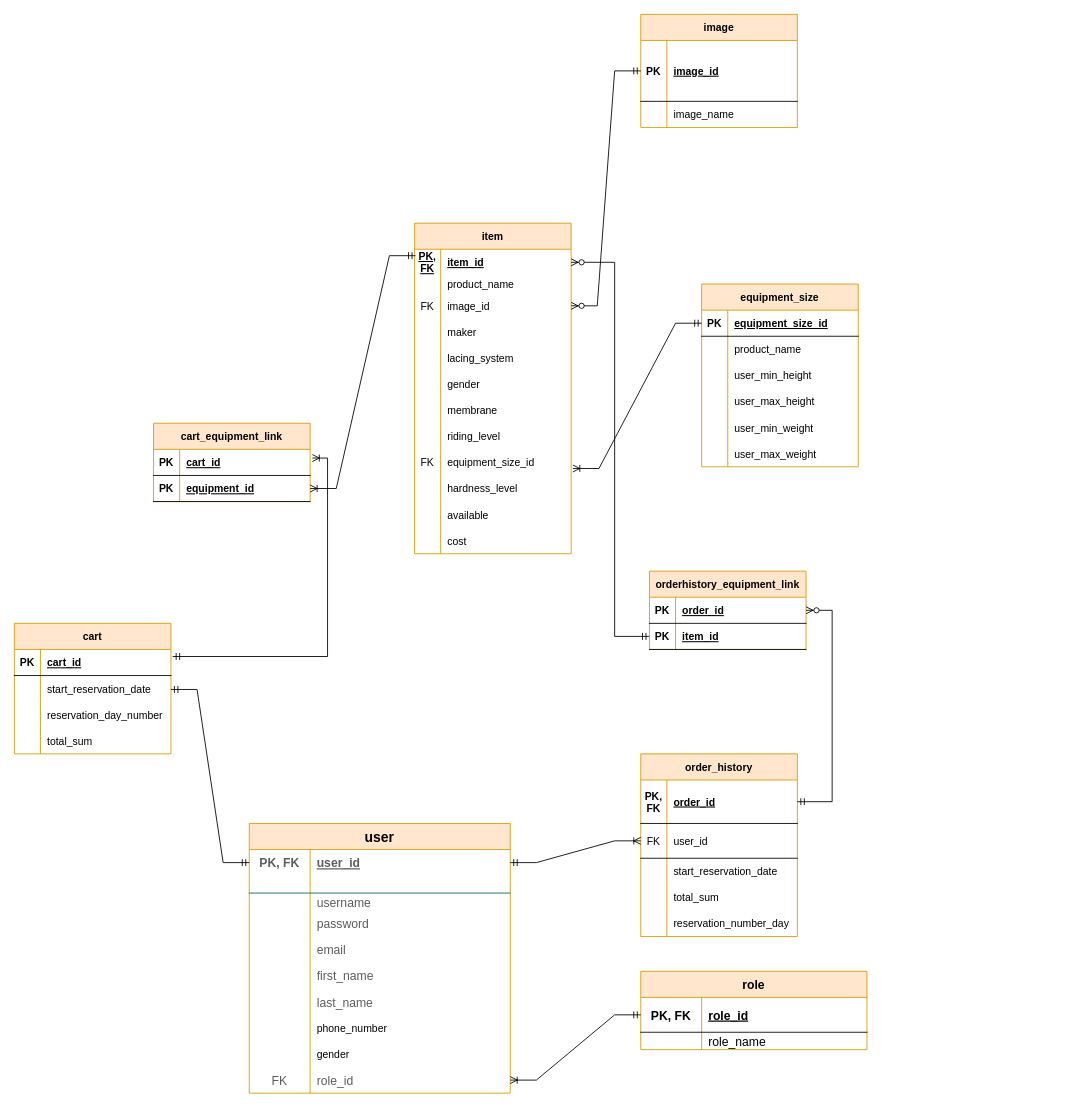
Earlier version of the draw.io diagram page "v.6 EPIC (order)" (6 of 6) of Snow_World-uml_diagram.drawio (evzhigalko/snow-world). Source tidied: cells renumbered, new cells numbered last; positions are measured from the earlier drawing's top-left corner, leaving out a move shared by most shapes. Both pictures are drawn from the tidied source at 87%, with x=0, y=0 at pixel (14, 14).
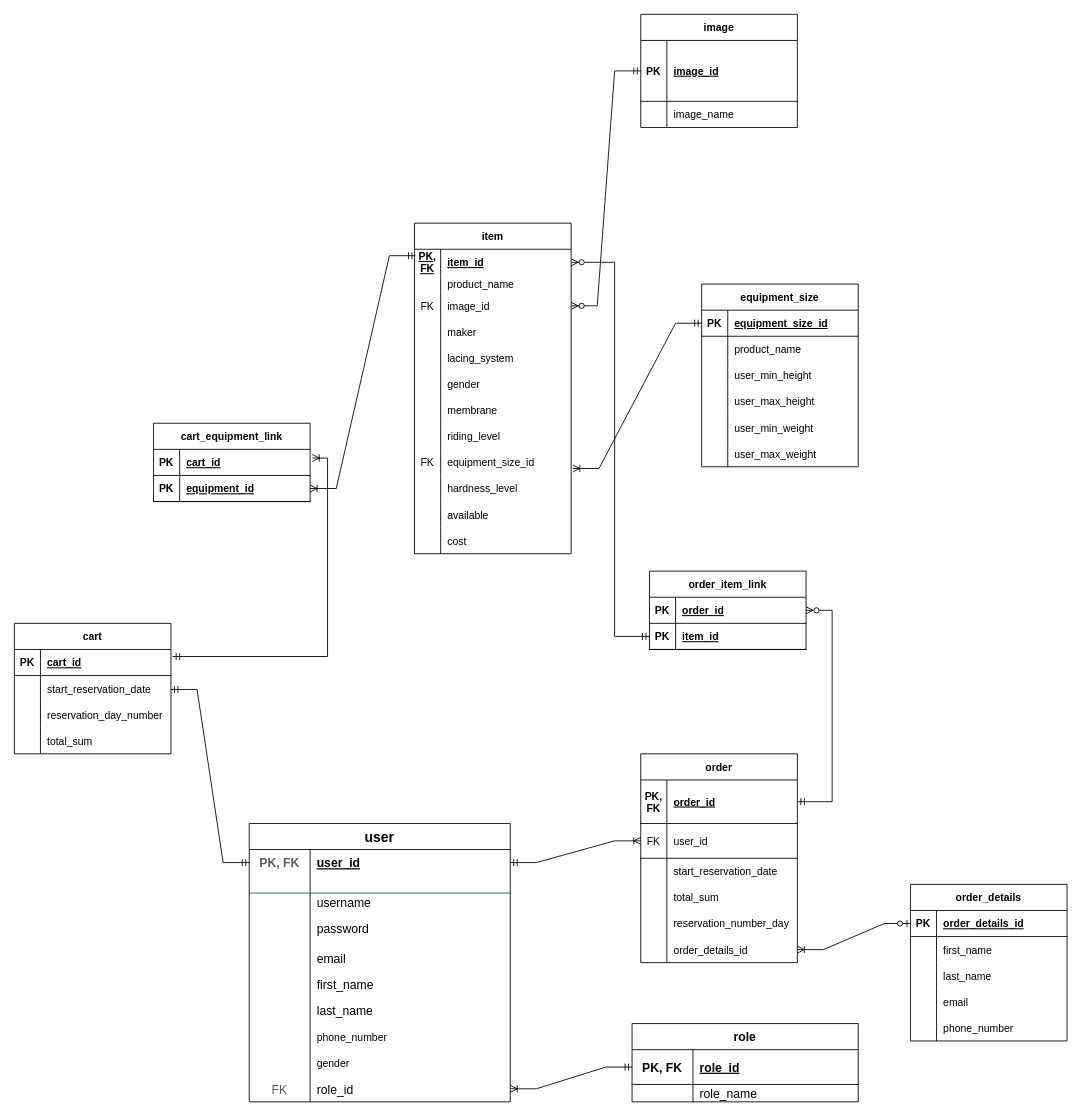
The same diagram, later.

Commit message:
feat: updated project uml diagram

Unchanged cells that the change refers to:
```xml
<mxCell id="68" style="shape=partialRectangle;fillColor=none;top=0;left=0;bottom=0;right=0;points=[[0,0.5],[1,0.5]];portConstraint=eastwest;rounded=0;sketch=0;fontColor=#5C5C5C;strokeColor=#006658;" parent="67" vertex="1">
  <mxGeometry y="30" width="300" height="30" as="geometry" />
</mxCell>
<mxCell id="74" style="shape=partialRectangle;fillColor=none;top=0;left=0;bottom=0;right=0;rounded=0;sketch=0;fontColor=#5C5C5C;strokeColor=#006658;" parent="67" vertex="1">
  <mxGeometry y="80" width="300" height="20" as="geometry" />
</mxCell>
```

What changed in the source:
```diff
@@
-    <mxCell id="2" value="image" style="shape=table;startSize=30;childLayout=tableLayout;rowLines=0;fontStyle=1;align=center;fillColor=#ffe6cc;strokeColor=#d79b00;" parent="1" vertex="1">
+    <mxCell id="2" value="image" style="shape=table;startSize=30;childLayout=tableLayout;rowLines=0;fontStyle=1;align=center;" parent="1" vertex="1">
       <mxGeometry x="720" width="180" height="130" as="geometry" />
     </mxCell>
@@
-    <mxCell id="9" value="item" style="shape=table;startSize=30;childLayout=tableLayout;rowLines=0;fontStyle=1;align=center;fillColor=#ffe6cc;strokeColor=#d79b00;" parent="1" vertex="1">
+    <mxCell id="9" value="item" style="shape=table;startSize=30;childLayout=tableLayout;rowLines=0;fontStyle=1;align=center;" parent="1" vertex="1">
       <mxGeometry x="460" y="240" width="180" height="380" as="geometry" />
     </mxCell>
@@
-    <mxCell id="46" value="equipment_size" style="shape=table;startSize=30;childLayout=tableLayout;rowLines=0;fontStyle=1;align=center;fillColor=#ffe6cc;strokeColor=#d79b00;" parent="1" vertex="1">
+    <mxCell id="46" value="equipment_size" style="shape=table;startSize=30;childLayout=tableLayout;rowLines=0;fontStyle=1;align=center;" parent="1" vertex="1">
       <mxGeometry x="790" y="310" width="180" height="210" as="geometry" />
     </mxCell>
@@
-    <mxCell id="67" value="user" style="shape=table;startSize=30;childLayout=tableLayout;rowLines=0;fontStyle=1;align=center;rounded=0;sketch=0;flipH=1;flipV=0;perimeterSpacing=0;shadow=0;swimlaneLine=1;fontSize=16;fillColor=#ffe6cc;strokeColor=#d79b00;" parent="1" vertex="1">
-      <mxGeometry x="270" y="930" width="300" height="310" as="geometry" />
+    <mxCell id="67" value="user" style="shape=table;startSize=30;childLayout=tableLayout;rowLines=0;fontStyle=1;align=center;rounded=0;sketch=0;flipH=1;flipV=0;perimeterSpacing=0;shadow=0;swimlaneLine=1;fontSize=16;fontColor=#000000;" parent="1" vertex="1">
+      <mxGeometry x="270" y="930" width="300" height="320" as="geometry" />
     </mxCell>
@@
-    <mxCell id="70" value="user_id" style="shape=partialRectangle;fillColor=none;top=0;left=0;bottom=0;right=0;align=left;spacingLeft=6;fontStyle=5;overflow=hidden;rounded=0;sketch=0;fontColor=#5C5C5C;strokeColor=#006658;fontSize=14;" parent="68" vertex="1">
+    <mxCell id="70" value="user_id" style="shape=partialRectangle;fillColor=none;top=0;left=0;bottom=0;right=0;align=left;spacingLeft=6;fontStyle=5;overflow=hidden;rounded=0;sketch=0;fontColor=#000000;strokeColor=#006658;fontSize=14;" parent="68" vertex="1">
       <mxGeometry x="70" width="230" height="30" as="geometry" />
     </mxCell>
@@
-    <mxCell id="76" value="username" style="shape=partialRectangle;fillColor=none;top=0;left=0;bottom=0;right=0;align=left;spacingLeft=6;overflow=hidden;rounded=0;sketch=0;fontColor=#5C5C5C;strokeColor=#006658;fontSize=14;" parent="74" vertex="1">
+    <mxCell id="76" value="username" style="shape=partialRectangle;fillColor=none;top=0;left=0;bottom=0;right=0;align=left;spacingLeft=6;overflow=hidden;rounded=0;sketch=0;fontColor=#000000;strokeColor=#006658;fontSize=14;" parent="74" vertex="1">
       <mxGeometry x="70" width="230" height="20" as="geometry" />
     </mxCell>
-    <mxCell id="77" style="shape=partialRectangle;fillColor=none;top=0;left=0;bottom=0;right=0;rounded=0;sketch=0;fontColor=#5C5C5C;strokeColor=#006658;" parent="67" vertex="1">
-      <mxGeometry y="100" width="300" height="30" as="geometry" />
+    <mxCell id="77" style="shape=partialRectangle;fillColor=none;top=0;left=0;bottom=0;right=0;rounded=0;sketch=0;fontColor=#5C5C5C;strokeColor=#000000;" parent="67" vertex="1">
+      <mxGeometry y="100" width="300" height="40" as="geometry" />
     </mxCell>
     <mxCell id="78" style="shape=partialRectangle;fillColor=none;top=0;left=0;bottom=0;right=0;overflow=hidden;rounded=0;sketch=0;fontColor=#5C5C5C;strokeColor=#006658;" parent="77" vertex="1">
-      <mxGeometry width="70" height="30" as="geometry" />
+      <mxGeometry width="70" height="40" as="geometry" />
     </mxCell>
-    <mxCell id="79" value="password" style="shape=partialRectangle;fillColor=none;top=0;left=0;bottom=0;right=0;align=left;spacingLeft=6;overflow=hidden;rounded=0;sketch=0;fontColor=#5C5C5C;strokeColor=#006658;fontSize=14;" parent="77" vertex="1">
-      <mxGeometry x="70" width="230" height="30" as="geometry" />
+    <mxCell id="79" value="password" style="shape=partialRectangle;fillColor=none;top=0;left=0;bottom=0;right=0;align=left;spacingLeft=6;overflow=hidden;rounded=0;sketch=0;fontColor=#000000;strokeColor=#006658;fontSize=14;" parent="77" vertex="1">
+      <mxGeometry x="70" width="230" height="40" as="geometry" />
     </mxCell>
     <mxCell id="80" style="shape=partialRectangle;fillColor=none;top=0;left=0;bottom=0;right=0;rounded=0;shadow=0;sketch=0;fontSize=14;fontColor=#5C5C5C;strokeColor=default;" parent="67" vertex="1">
-      <mxGeometry y="130" width="300" height="30" as="geometry" />
+      <mxGeometry y="140" width="300" height="30" as="geometry" />
     </mxCell>
@@
-    <mxCell id="82" value="email" style="shape=partialRectangle;fillColor=none;top=0;left=0;bottom=0;right=0;align=left;spacingLeft=6;overflow=hidden;rounded=0;shadow=0;sketch=0;fontSize=14;fontColor=#5C5C5C;strokeColor=default;" parent="80" vertex="1">
+    <mxCell id="82" value="email" style="shape=partialRectangle;fillColor=none;top=0;left=0;bottom=0;right=0;align=left;spacingLeft=6;overflow=hidden;rounded=0;shadow=0;sketch=0;fontSize=14;fontColor=#000000;strokeColor=default;" parent="80" vertex="1">
       <mxGeometry x="70" width="230" height="30" as="geometry" />
     </mxCell>
     <mxCell id="83" style="shape=partialRectangle;fillColor=none;top=0;left=0;bottom=0;right=0;points=[[0,0.5],[1,0.5]];portConstraint=eastwest;rounded=0;shadow=0;sketch=0;fontSize=14;fontColor=#5C5C5C;strokeColor=default;" parent="67" vertex="1">
-      <mxGeometry y="160" width="300" height="30" as="geometry" />
+      <mxGeometry y="170" width="300" height="30" as="geometry" />
     </mxCell>
@@
-    <mxCell id="85" value="first_name" style="shape=partialRectangle;fillColor=none;top=0;left=0;bottom=0;right=0;align=left;spacingLeft=6;fontStyle=0;overflow=hidden;rounded=0;shadow=0;sketch=0;fontSize=14;fontColor=#5C5C5C;strokeColor=default;" parent="83" vertex="1">
+    <mxCell id="85" value="first_name" style="shape=partialRectangle;fillColor=none;top=0;left=0;bottom=0;right=0;align=left;spacingLeft=6;fontStyle=0;overflow=hidden;rounded=0;shadow=0;sketch=0;fontSize=14;fontColor=#000000;strokeColor=default;" parent="83" vertex="1">
       <mxGeometry x="70" width="230" height="30" as="geometry" />
     </mxCell>
     <mxCell id="86" style="shape=partialRectangle;fillColor=none;top=0;left=0;bottom=0;right=0;rounded=0;shadow=0;sketch=0;fontSize=14;fontColor=#5C5C5C;strokeColor=default;" parent="67" vertex="1">
-      <mxGeometry y="190" width="300" height="30" as="geometry" />
+      <mxGeometry y="200" width="300" height="30" as="geometry" />
     </mxCell>
@@
-    <mxCell id="88" value="last_name" style="shape=partialRectangle;fillColor=none;top=0;left=0;bottom=0;right=0;align=left;spacingLeft=6;overflow=hidden;rounded=0;shadow=0;sketch=0;fontSize=14;fontColor=#5C5C5C;strokeColor=default;" parent="86" vertex="1">
+    <mxCell id="88" value="last_name" style="shape=partialRectangle;fillColor=none;top=0;left=0;bottom=0;right=0;align=left;spacingLeft=6;overflow=hidden;rounded=0;shadow=0;sketch=0;fontSize=14;fontColor=#000000;strokeColor=default;" parent="86" vertex="1">
       <mxGeometry x="70" width="230" height="30" as="geometry" />
     </mxCell>
     <mxCell id="89" style="shape=partialRectangle;fillColor=none;top=0;left=0;bottom=0;right=0;" parent="67" vertex="1">
-      <mxGeometry y="220" width="300" height="30" as="geometry" />
+      <mxGeometry y="230" width="300" height="30" as="geometry" />
     </mxCell>
@@
     <mxCell id="92" style="shape=partialRectangle;fillColor=none;top=0;left=0;bottom=0;right=0;" parent="67" vertex="1">
-      <mxGeometry y="250" width="300" height="30" as="geometry" />
+      <mxGeometry y="260" width="300" height="30" as="geometry" />
     </mxCell>
@@
     <mxCell id="95" style="shape=partialRectangle;fillColor=none;top=0;left=0;bottom=0;right=0;points=[[0,0.5],[1,0.5]];portConstraint=eastwest;rounded=0;shadow=0;sketch=0;fontSize=14;fontColor=#5C5C5C;strokeColor=default;" parent="67" vertex="1">
-      <mxGeometry y="280" width="300" height="30" as="geometry" />
+      <mxGeometry y="290" width="300" height="30" as="geometry" />
     </mxCell>
@@
-    <mxCell id="97" value="role_id" style="shape=partialRectangle;fillColor=none;top=0;left=0;bottom=0;right=0;align=left;spacingLeft=6;overflow=hidden;rounded=0;shadow=0;sketch=0;fontSize=14;fontColor=#5C5C5C;strokeColor=default;" parent="95" vertex="1">
+    <mxCell id="97" value="role_id" style="shape=partialRectangle;fillColor=none;top=0;left=0;bottom=0;right=0;align=left;spacingLeft=6;overflow=hidden;rounded=0;shadow=0;sketch=0;fontSize=14;fontColor=#000000;strokeColor=default;" parent="95" vertex="1">
       <mxGeometry x="70" width="230" height="30" as="geometry" />
     </mxCell>
+    <mxCell id="155" style="edgeStyle=orthogonalEdgeStyle;rounded=0;orthogonalLoop=1;jettySize=auto;html=1;exitX=1;exitY=0.5;exitDx=0;exitDy=0;fontColor=#000000;" parent="67" edge="1" source="83" target="83">
+      <mxGeometry relative="1" as="geometry" />
+    </mxCell>
-    <mxCell id="98" value="role" style="shape=table;startSize=30;childLayout=tableLayout;rowLines=0;fontStyle=1;align=center;fontSize=14;fillColor=#ffe6cc;strokeColor=#d79b00;" parent="1" vertex="1">
-      <mxGeometry x="720" y="1100" width="260" height="90" as="geometry" />
+    <mxCell id="98" value="role" style="shape=table;startSize=30;childLayout=tableLayout;rowLines=0;fontStyle=1;align=center;fontSize=14;" parent="1" vertex="1">
+      <mxGeometry x="710" y="1160" width="260" height="90" as="geometry" />
     </mxCell>
@@
-    <mxCell id="105" value="cart" style="shape=table;startSize=30;childLayout=tableLayout;rowLines=0;fontStyle=1;align=center;fillColor=#ffe6cc;strokeColor=#d79b00;" parent="1" vertex="1">
+    <mxCell id="105" value="cart" style="shape=table;startSize=30;childLayout=tableLayout;rowLines=0;fontStyle=1;align=center;" parent="1" vertex="1">
       <mxGeometry y="700" width="180" height="150" as="geometry" />
     </mxCell>
@@
-    <mxCell id="120" value="order_history" style="shape=table;startSize=30;childLayout=tableLayout;rowLines=0;fontStyle=1;align=center;fillColor=#ffe6cc;strokeColor=#d79b00;" parent="1" vertex="1">
-      <mxGeometry x="720" y="850" width="180" height="210" as="geometry" />
+    <mxCell id="120" value="order" style="shape=table;startSize=30;childLayout=tableLayout;rowLines=0;fontStyle=1;align=center;" parent="1" vertex="1">
+      <mxGeometry x="720" y="850" width="180" height="240" as="geometry" />
     </mxCell>
@@
+    <mxCell id="156" style="shape=partialRectangle;fillColor=none;top=0;left=0;bottom=0;right=0;points=[[0,0.5],[1,0.5]];portConstraint=eastwest;" parent="120" vertex="1">
+      <mxGeometry y="210" width="180" height="30" as="geometry" />
+    </mxCell>
+    <mxCell id="157" style="shape=partialRectangle;fillColor=none;top=0;left=0;bottom=0;right=0;overflow=hidden;" parent="156" vertex="1">
+      <mxGeometry width="30" height="30" as="geometry" />
+    </mxCell>
+    <mxCell id="158" value="order_details_id" style="shape=partialRectangle;fillColor=none;top=0;left=0;bottom=0;right=0;align=left;spacingLeft=6;overflow=hidden;" parent="156" vertex="1">
+      <mxGeometry x="30" width="150" height="30" as="geometry" />
+    </mxCell>
@@
-    <mxCell id="137" value="orderhistory_equipment_link" style="shape=table;startSize=30;childLayout=tableLayout;rowLines=0;fontStyle=1;align=center;fillColor=#ffe6cc;strokeColor=#d79b00;" parent="1" vertex="1">
+    <mxCell id="137" value="order_item_link" style="shape=table;startSize=30;childLayout=tableLayout;rowLines=0;fontStyle=1;align=center;" parent="1" vertex="1">
       <mxGeometry x="730" y="640" width="180" height="90" as="geometry" />
     </mxCell>
@@
-    <mxCell id="145" value="cart_equipment_link" style="shape=table;startSize=30;childLayout=tableLayout;rowLines=0;fontStyle=1;align=center;fillColor=#ffe6cc;strokeColor=#d79b00;" parent="1" vertex="1">
+    <mxCell id="145" value="cart_equipment_link" style="shape=table;startSize=30;childLayout=tableLayout;rowLines=0;fontStyle=1;align=center;" parent="1" vertex="1">
       <mxGeometry x="160" y="470" width="180" height="90" as="geometry" />
     </mxCell>
@@
+    <mxCell id="159" value="order_details" style="shape=table;startSize=30;childLayout=tableLayout;rowLines=0;fontStyle=1;align=center;" parent="1" vertex="1">
+      <mxGeometry x="1030" y="1000" width="180" height="180" as="geometry" />
+    </mxCell>
+    <mxCell id="160" style="shape=partialRectangle;fillColor=none;top=0;left=0;bottom=1;right=0;points=[[0,0.5],[1,0.5]];portConstraint=eastwest;" parent="159" vertex="1">
+      <mxGeometry y="30" width="180" height="30" as="geometry" />
+    </mxCell>
+    <mxCell id="161" value="PK" style="shape=partialRectangle;fillColor=none;top=0;left=0;bottom=0;right=0;fontStyle=1;overflow=hidden;" parent="160" vertex="1">
+      <mxGeometry width="30" height="30" as="geometry" />
+    </mxCell>
+    <mxCell id="162" value="order_details_id" style="shape=partialRectangle;fillColor=none;top=0;left=0;bottom=0;right=0;align=left;spacingLeft=6;fontStyle=5;overflow=hidden;" parent="160" vertex="1">
+      <mxGeometry x="30" width="150" height="30" as="geometry" />
+    </mxCell>
+    <mxCell id="163" style="shape=partialRectangle;fillColor=none;top=0;left=0;bottom=0;right=0;" parent="159" vertex="1">
+      <mxGeometry y="60" width="180" height="30" as="geometry" />
+    </mxCell>
+    <mxCell id="164" style="shape=partialRectangle;fillColor=none;top=0;left=0;bottom=0;right=0;overflow=hidden;" parent="163" vertex="1">
+      <mxGeometry width="30" height="30" as="geometry" />
+    </mxCell>
+    <mxCell id="165" value="first_name" style="shape=partialRectangle;fillColor=none;top=0;left=0;bottom=0;right=0;align=left;spacingLeft=6;overflow=hidden;" parent="163" vertex="1">
+      <mxGeometry x="30" width="150" height="30" as="geometry" />
+    </mxCell>
+    <mxCell id="166" style="shape=partialRectangle;fillColor=none;top=0;left=0;bottom=0;right=0;" parent="159" vertex="1">
+      <mxGeometry y="90" width="180" height="30" as="geometry" />
+    </mxCell>
+    <mxCell id="167" style="shape=partialRectangle;fillColor=none;top=0;left=0;bottom=0;right=0;overflow=hidden;" parent="166" vertex="1">
+      <mxGeometry width="30" height="30" as="geometry" />
+    </mxCell>
+    <mxCell id="168" value="last_name" style="shape=partialRectangle;fillColor=none;top=0;left=0;bottom=0;right=0;align=left;spacingLeft=6;overflow=hidden;" parent="166" vertex="1">
+      <mxGeometry x="30" width="150" height="30" as="geometry" />
+    </mxCell>
+    <mxCell id="169" style="shape=partialRectangle;fillColor=none;top=0;left=0;bottom=0;right=0;fontColor=#000000;strokeColor=#000000;" parent="159" vertex="1">
+      <mxGeometry y="120" width="180" height="30" as="geometry" />
+    </mxCell>
+    <mxCell id="170" style="shape=partialRectangle;fillColor=none;top=0;left=0;bottom=0;right=0;overflow=hidden;fontColor=#000000;strokeColor=#000000;" parent="169" vertex="1">
+      <mxGeometry width="30" height="30" as="geometry" />
+    </mxCell>
+    <mxCell id="171" value="email" style="shape=partialRectangle;fillColor=none;top=0;left=0;bottom=0;right=0;align=left;spacingLeft=6;overflow=hidden;fontColor=#000000;strokeColor=#000000;" parent="169" vertex="1">
+      <mxGeometry x="30" width="150" height="30" as="geometry" />
+    </mxCell>
+    <mxCell id="172" style="shape=partialRectangle;fillColor=none;top=0;left=0;bottom=0;right=0;" parent="159" vertex="1">
+      <mxGeometry y="150" width="180" height="30" as="geometry" />
+    </mxCell>
+    <mxCell id="173" style="shape=partialRectangle;fillColor=none;top=0;left=0;bottom=0;right=0;overflow=hidden;" parent="172" vertex="1">
+      <mxGeometry width="30" height="30" as="geometry" />
+    </mxCell>
+    <mxCell id="174" value="phone_number" style="shape=partialRectangle;fillColor=none;top=0;left=0;bottom=0;right=0;align=left;spacingLeft=6;overflow=hidden;" parent="172" vertex="1">
+      <mxGeometry x="30" width="150" height="30" as="geometry" />
+    </mxCell>
+    <mxCell id="175" style="edgeStyle=entityRelationEdgeStyle;fontSize=12;html=1;endArrow=ERoneToMany;startArrow=ERzeroToOne;rounded=0;fontColor=#000000;entryX=1;entryY=0.5;entryDx=0;entryDy=0;exitX=0;exitY=0.5;exitDx=0;exitDy=0;" parent="1" edge="1" source="160" target="156">
+      <mxGeometry relative="1" as="geometry" />
+    </mxCell>
```
